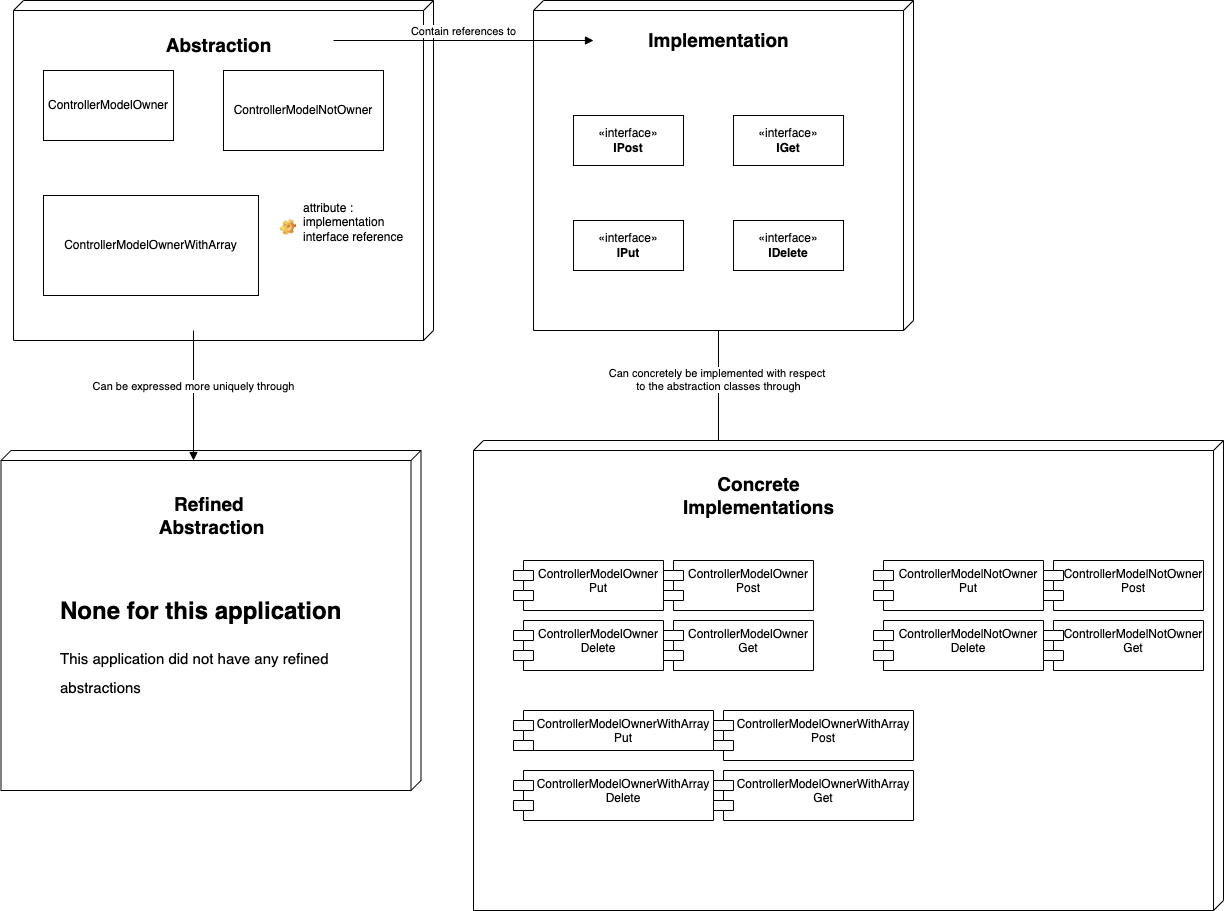
Above: FastTrackEServicesArchitecture-Bridge Pattern.drawio.png in Decoretum/FastTrackEServices (draw.io), before the change. Source tidied: cells renumbered, new cells last; positions are measured from the earlier drawing's top-left corner, leaving out a move shared by most shapes. Its diagram source:
```xml
<mxGraphModel>
  <root>
    <mxCell id="0" />
    <mxCell id="1" parent="0" />
    <mxCell id="2" style="verticalAlign=top;align=left;spacingTop=8;spacingLeft=2;spacingRight=12;shape=cube;size=10;direction=south;fontStyle=4;html=1;whiteSpace=wrap;" parent="1" vertex="1">
      <mxGeometry x="-0.5" y="450" width="420" height="340" as="geometry" />
    </mxCell>
    <mxCell id="3" style="verticalAlign=top;align=left;spacingTop=8;spacingLeft=2;spacingRight=12;shape=cube;size=10;direction=south;fontStyle=4;html=1;whiteSpace=wrap;" parent="1" vertex="1">
      <mxGeometry x="532" width="380" height="330" as="geometry" />
    </mxCell>
    <mxCell id="4" style="verticalAlign=top;align=left;spacingTop=8;spacingLeft=2;spacingRight=12;shape=cube;size=10;direction=south;fontStyle=4;html=1;whiteSpace=wrap;" parent="1" vertex="1">
      <mxGeometry x="12" width="420" height="340" as="geometry" />
    </mxCell>
    <mxCell id="5" value="«interface»&lt;br&gt;&lt;b&gt;IGet&lt;/b&gt;" style="html=1;whiteSpace=wrap;" parent="1" vertex="1">
      <mxGeometry x="732" y="115" width="110" height="50" as="geometry" />
    </mxCell>
    <mxCell id="6" value="ControllerModelOwner" style="html=1;whiteSpace=wrap;" parent="1" vertex="1">
      <mxGeometry x="42" y="70" width="130" height="70" as="geometry" />
    </mxCell>
    <mxCell id="7" value="Abstraction" style="text;align=center;fontStyle=1;verticalAlign=middle;spacingLeft=3;spacingRight=3;strokeColor=none;html=1;fontSize=19;" parent="1" vertex="1">
      <mxGeometry x="142" y="20" width="150" height="50" as="geometry" />
    </mxCell>
    <mxCell id="8" value="ControllerModelNotOwner" style="html=1;whiteSpace=wrap;" parent="1" vertex="1">
      <mxGeometry x="222" y="70" width="160" height="80" as="geometry" />
    </mxCell>
    <mxCell id="9" value="ControllerModelOwnerWithArray" style="html=1;whiteSpace=wrap;" parent="1" vertex="1">
      <mxGeometry x="42" y="195" width="215" height="100" as="geometry" />
    </mxCell>
    <mxCell id="10" value="Contain references to" style="html=1;verticalAlign=bottom;endArrow=block;curved=0;rounded=0;" parent="1" edge="1">
      <mxGeometry relative="1" as="geometry">
        <mxPoint x="332" y="40" as="sourcePoint" />
        <mxPoint x="592" y="40" as="targetPoint" />
      </mxGeometry>
    </mxCell>
    <mxCell id="11" value="Implementation" style="text;align=center;fontStyle=1;verticalAlign=middle;spacingLeft=3;spacingRight=3;strokeColor=none;html=1;fontSize=19;" parent="1" vertex="1">
      <mxGeometry x="622" y="10" width="190" height="60" as="geometry" />
    </mxCell>
    <mxCell id="12" value="«interface»&lt;br&gt;&lt;b&gt;IPost&lt;/b&gt;" style="html=1;whiteSpace=wrap;" parent="1" vertex="1">
      <mxGeometry x="572" y="115" width="110" height="50" as="geometry" />
    </mxCell>
    <mxCell id="13" value="«interface»&lt;br&gt;&lt;b&gt;IPut&lt;/b&gt;" style="html=1;whiteSpace=wrap;" parent="1" vertex="1">
      <mxGeometry x="572" y="220" width="110" height="50" as="geometry" />
    </mxCell>
    <mxCell id="14" value="«interface»&lt;br&gt;&lt;b&gt;IDelete&lt;/b&gt;" style="html=1;whiteSpace=wrap;" parent="1" vertex="1">
      <mxGeometry x="732" y="220" width="110" height="50" as="geometry" />
    </mxCell>
    <mxCell id="15" value="Can be expressed more uniquely through" style="html=1;verticalAlign=bottom;endArrow=block;curved=0;rounded=0;" parent="1" edge="1">
      <mxGeometry relative="1" as="geometry">
        <mxPoint x="192" y="330" as="sourcePoint" />
        <mxPoint x="192" y="460" as="targetPoint" />
      </mxGeometry>
    </mxCell>
    <mxCell id="16" value="Refined&amp;nbsp;&lt;div&gt;Abstraction&lt;/div&gt;" style="text;align=center;fontStyle=1;verticalAlign=middle;spacingLeft=3;spacingRight=3;strokeColor=none;html=1;fontSize=19;" parent="1" vertex="1">
      <mxGeometry x="134.5" y="490" width="150" height="50" as="geometry" />
    </mxCell>
    <mxCell id="17" value="&lt;h1 style=&quot;margin-top: 0px;&quot;&gt;&lt;span style=&quot;background-color: initial;&quot;&gt;None for this application&lt;/span&gt;&lt;/h1&gt;&lt;h1 style=&quot;margin-top: 0px;&quot;&gt;&lt;span style=&quot;background-color: initial; font-weight: normal;&quot;&gt;&lt;font style=&quot;font-size: 15px;&quot;&gt;This application did not have any refined abstractions&lt;/font&gt;&lt;/span&gt;&lt;br&gt;&lt;/h1&gt;" style="text;html=1;whiteSpace=wrap;overflow=hidden;rounded=0;" parent="1" vertex="1">
      <mxGeometry x="57" y="590" width="310" height="150" as="geometry" />
    </mxCell>
    <mxCell id="18" value="Can concretely be implemented with respect&amp;nbsp;&lt;div&gt;to the abstraction classes through&lt;/div&gt;" style="html=1;verticalAlign=bottom;endArrow=block;curved=0;rounded=0;exitX=0;exitY=0;exitDx=330;exitDy=195;exitPerimeter=0;" parent="1" edge="1" source="3">
      <mxGeometry x="0.09" relative="1" as="geometry">
        <mxPoint x="717" y="450" as="targetPoint" />
      </mxGeometry>
    </mxCell>
    <mxCell id="19" style="verticalAlign=top;align=left;spacingTop=8;spacingLeft=2;spacingRight=12;shape=cube;size=10;direction=south;fontStyle=4;html=1;whiteSpace=wrap;" parent="1" vertex="1">
      <mxGeometry x="472" y="440" width="750" height="470" as="geometry" />
    </mxCell>
    <mxCell id="20" value="Concrete&lt;div&gt;Implementations&lt;/div&gt;" style="text;align=center;fontStyle=1;verticalAlign=middle;spacingLeft=3;spacingRight=3;strokeColor=none;html=1;fontSize=19;" parent="1" vertex="1">
      <mxGeometry x="682" y="470" width="150" height="50" as="geometry" />
    </mxCell>
    <mxCell id="21" value="attribute : implementation interface reference" style="label;fontStyle=0;strokeColor=none;fillColor=none;align=left;verticalAlign=top;overflow=hidden;spacingLeft=28;spacingRight=4;imageWidth=16;imageHeight=16;whiteSpace=wrap;html=1;image=img/clipart/Gear_128x128.png;" parent="1" vertex="1">
      <mxGeometry x="272" y="194" width="140" height="66" as="geometry" />
    </mxCell>
    <mxCell id="22" value="ControllerModelOwner Put" style="shape=module;align=left;spacingLeft=20;align=center;verticalAlign=top;whiteSpace=wrap;html=1;" parent="1" vertex="1">
      <mxGeometry x="512" y="560" width="150" height="50" as="geometry" />
    </mxCell>
    <mxCell id="23" value="ControllerModelOwner Delete" style="shape=module;align=left;spacingLeft=20;align=center;verticalAlign=top;whiteSpace=wrap;html=1;" parent="1" vertex="1">
      <mxGeometry x="512" y="620" width="150" height="50" as="geometry" />
    </mxCell>
    <mxCell id="24" value="ControllerModelOwner Post&lt;div&gt;&lt;br&gt;&lt;/div&gt;" style="shape=module;align=left;spacingLeft=20;align=center;verticalAlign=top;whiteSpace=wrap;html=1;" parent="1" vertex="1">
      <mxGeometry x="662" y="560" width="150" height="50" as="geometry" />
    </mxCell>
    <mxCell id="25" value="ControllerModelOwner Get" style="shape=module;align=left;spacingLeft=20;align=center;verticalAlign=top;whiteSpace=wrap;html=1;" parent="1" vertex="1">
      <mxGeometry x="662" y="620" width="150" height="50" as="geometry" />
    </mxCell>
    <mxCell id="26" value="ControllerModelOwnerWithArray Put" style="shape=module;align=left;spacingLeft=20;align=center;verticalAlign=top;whiteSpace=wrap;html=1;" parent="1" vertex="1">
      <mxGeometry x="512" y="710" width="200" height="40" as="geometry" />
    </mxCell>
    <mxCell id="27" value="ControllerModelOwnerWithArray Delete" style="shape=module;align=left;spacingLeft=20;align=center;verticalAlign=top;whiteSpace=wrap;html=1;" parent="1" vertex="1">
      <mxGeometry x="512" y="770" width="200" height="50" as="geometry" />
    </mxCell>
    <mxCell id="28" value="ControllerModelOwnerWithArray Post&lt;div&gt;&lt;br&gt;&lt;/div&gt;" style="shape=module;align=left;spacingLeft=20;align=center;verticalAlign=top;whiteSpace=wrap;html=1;" parent="1" vertex="1">
      <mxGeometry x="712" y="710" width="200" height="50" as="geometry" />
    </mxCell>
    <mxCell id="29" value="ControllerModelOwnerWithArray Get" style="shape=module;align=left;spacingLeft=20;align=center;verticalAlign=top;whiteSpace=wrap;html=1;" parent="1" vertex="1">
      <mxGeometry x="712" y="770" width="200" height="50" as="geometry" />
    </mxCell>
    <mxCell id="30" value="ControllerModelNotOwner Put" style="shape=module;align=left;spacingLeft=20;align=center;verticalAlign=top;whiteSpace=wrap;html=1;" parent="1" vertex="1">
      <mxGeometry x="872" y="560" width="170" height="50" as="geometry" />
    </mxCell>
    <mxCell id="31" value="ControllerModelNotOwner Delete" style="shape=module;align=left;spacingLeft=20;align=center;verticalAlign=top;whiteSpace=wrap;html=1;" parent="1" vertex="1">
      <mxGeometry x="872" y="620" width="170" height="50" as="geometry" />
    </mxCell>
    <mxCell id="32" value="ControllerModelNotOwner Post&lt;div&gt;&lt;br&gt;&lt;/div&gt;" style="shape=module;align=left;spacingLeft=20;align=center;verticalAlign=top;whiteSpace=wrap;html=1;" parent="1" vertex="1">
      <mxGeometry x="1042" y="560" width="160" height="50" as="geometry" />
    </mxCell>
    <mxCell id="33" value="ControllerModelNotOwner Get" style="shape=module;align=left;spacingLeft=20;align=center;verticalAlign=top;whiteSpace=wrap;html=1;" parent="1" vertex="1">
      <mxGeometry x="1042" y="620" width="160" height="50" as="geometry" />
    </mxCell>
  </root>
</mxGraphModel>
```
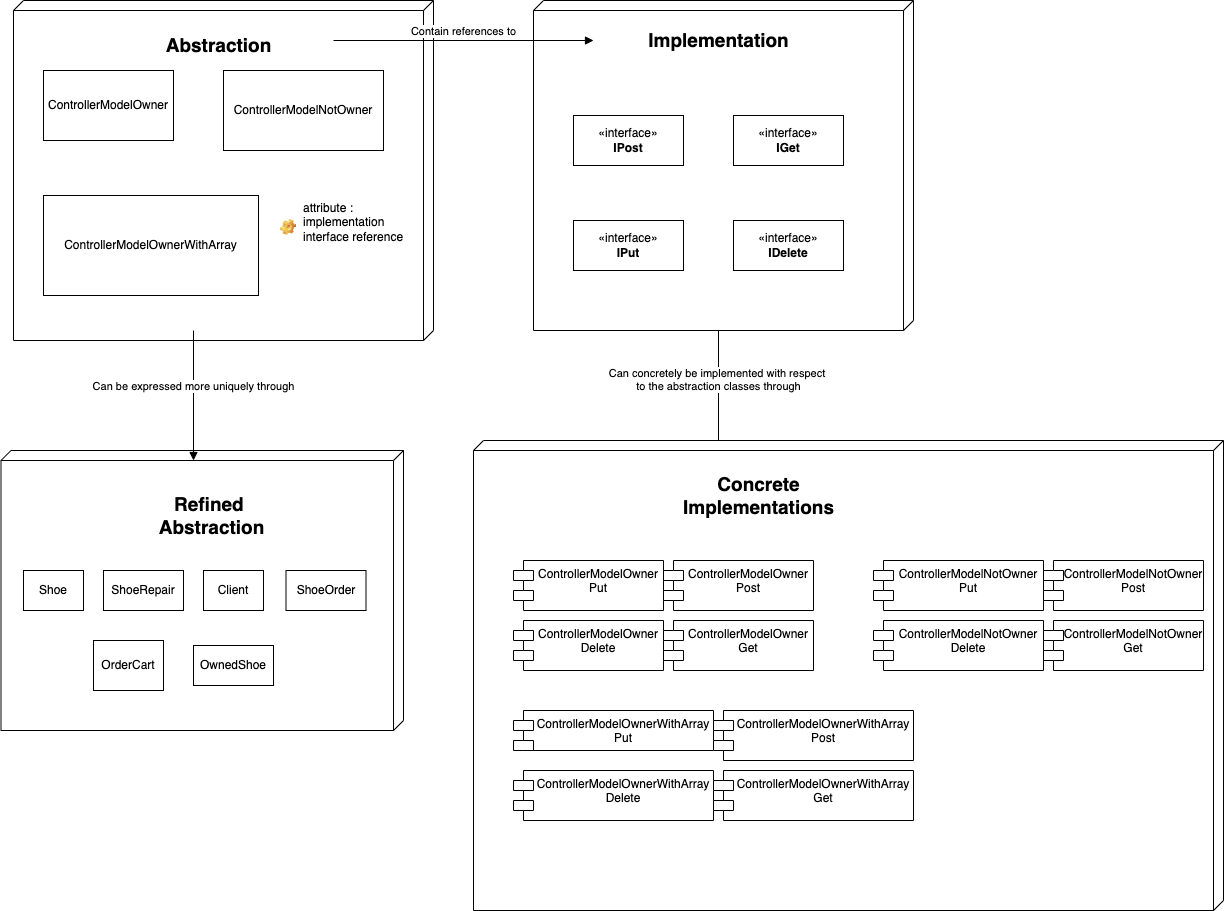
After the change.

The edit, as a diff of the source:
```diff
@@ -3,7 +3,7 @@
     <mxCell id="0" />
     <mxCell id="1" parent="0" />
     <mxCell id="2" style="verticalAlign=top;align=left;spacingTop=8;spacingLeft=2;spacingRight=12;shape=cube;size=10;direction=south;fontStyle=4;html=1;whiteSpace=wrap;" parent="1" vertex="1">
-      <mxGeometry x="-0.5" y="450" width="420" height="340" as="geometry" />
+      <mxGeometry x="-0.5" y="450" width="402.5" height="280" as="geometry" />
     </mxCell>
     <mxCell id="3" style="verticalAlign=top;align=left;spacingTop=8;spacingLeft=2;spacingRight=12;shape=cube;size=10;direction=south;fontStyle=4;html=1;whiteSpace=wrap;" parent="1" vertex="1">
       <mxGeometry x="532" width="380" height="330" as="geometry" />
@@ -53,9 +53,6 @@
     <mxCell id="16" value="Refined&amp;nbsp;&lt;div&gt;Abstraction&lt;/div&gt;" style="text;align=center;fontStyle=1;verticalAlign=middle;spacingLeft=3;spacingRight=3;strokeColor=none;html=1;fontSize=19;" parent="1" vertex="1">
       <mxGeometry x="134.5" y="490" width="150" height="50" as="geometry" />
     </mxCell>
-    <mxCell id="17" value="&lt;h1 style=&quot;margin-top: 0px;&quot;&gt;&lt;span style=&quot;background-color: initial;&quot;&gt;None for this application&lt;/span&gt;&lt;/h1&gt;&lt;h1 style=&quot;margin-top: 0px;&quot;&gt;&lt;span style=&quot;background-color: initial; font-weight: normal;&quot;&gt;&lt;font style=&quot;font-size: 15px;&quot;&gt;This application did not have any refined abstractions&lt;/font&gt;&lt;/span&gt;&lt;br&gt;&lt;/h1&gt;" style="text;html=1;whiteSpace=wrap;overflow=hidden;rounded=0;" parent="1" vertex="1">
-      <mxGeometry x="57" y="590" width="310" height="150" as="geometry" />
-    </mxCell>
     <mxCell id="18" value="Can concretely be implemented with respect&amp;nbsp;&lt;div&gt;to the abstraction classes through&lt;/div&gt;" style="html=1;verticalAlign=bottom;endArrow=block;curved=0;rounded=0;exitX=0;exitY=0;exitDx=330;exitDy=195;exitPerimeter=0;" parent="1" edge="1" source="3">
       <mxGeometry x="0.09" relative="1" as="geometry">
         <mxPoint x="717" y="450" as="targetPoint" />
@@ -106,5 +103,23 @@
     <mxCell id="33" value="ControllerModelNotOwner Get" style="shape=module;align=left;spacingLeft=20;align=center;verticalAlign=top;whiteSpace=wrap;html=1;" parent="1" vertex="1">
       <mxGeometry x="1042" y="620" width="160" height="50" as="geometry" />
     </mxCell>
+    <mxCell id="34" value="Shoe" style="html=1;whiteSpace=wrap;" parent="1" vertex="1">
+      <mxGeometry x="22" y="570" width="60" height="40" as="geometry" />
+    </mxCell>
+    <mxCell id="35" value="ShoeRepair" style="html=1;whiteSpace=wrap;" parent="1" vertex="1">
+      <mxGeometry x="102" y="570" width="80" height="40" as="geometry" />
+    </mxCell>
+    <mxCell id="36" value="Client" style="html=1;whiteSpace=wrap;" parent="1" vertex="1">
+      <mxGeometry x="202" y="570" width="60" height="40" as="geometry" />
+    </mxCell>
+    <mxCell id="37" value="ShoeOrder" style="html=1;whiteSpace=wrap;" parent="1" vertex="1">
+      <mxGeometry x="284.5" y="570" width="80" height="40" as="geometry" />
+    </mxCell>
+    <mxCell id="38" value="OrderCart" style="html=1;whiteSpace=wrap;" parent="1" vertex="1">
+      <mxGeometry x="92" y="640" width="70" height="50" as="geometry" />
+    </mxCell>
+    <mxCell id="39" value="OwnedShoe" style="html=1;whiteSpace=wrap;" parent="1" vertex="1">
+      <mxGeometry x="192" y="645" width="80" height="40" as="geometry" />
+    </mxCell>
   </root>
 </mxGraphModel>
```
